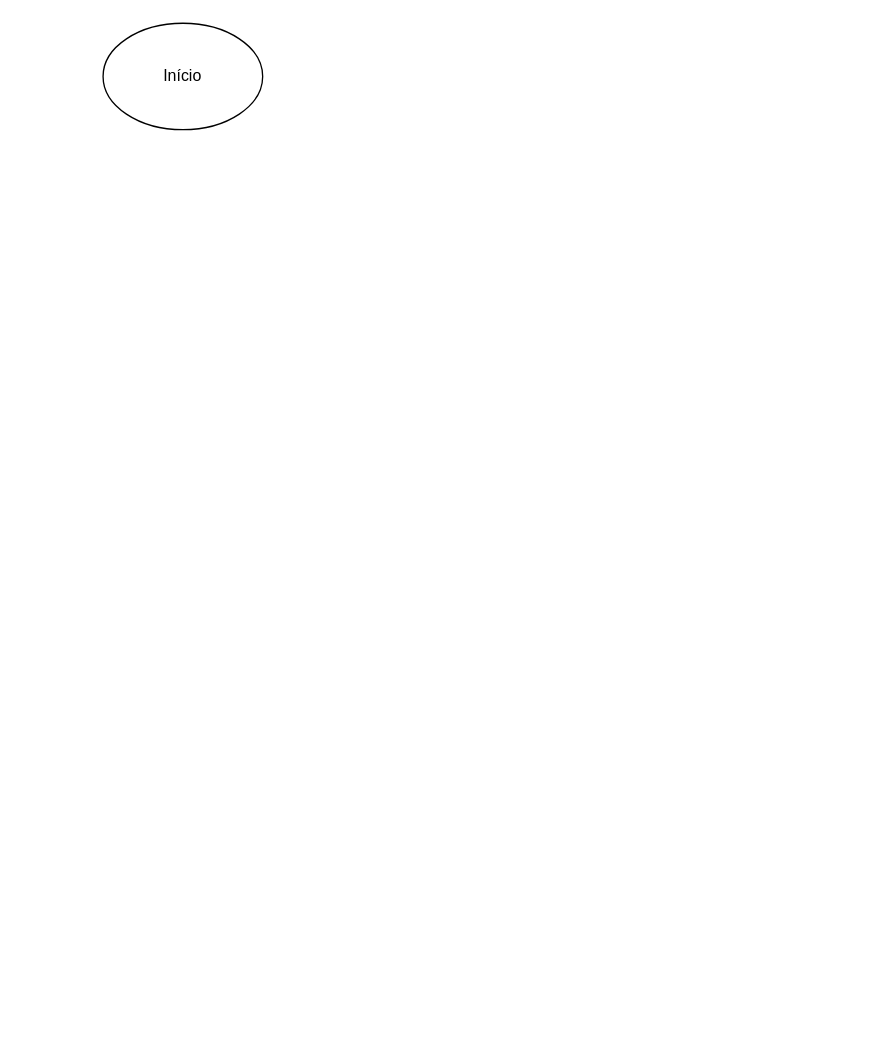
heitozera/PROJETO keeps this draw.io diagram as page "CRIAR SENHA" (4 of 4) of Diagrama sem nome.drawio. Above is the earlier version. Source tidied: cells renumbered, new cells numbered last; positions are measured from the earlier drawing's top-left corner, leaving out a move shared by most shapes. Both pictures are drawn from the tidied source at 133%, with x=0, y=0 at pixel (102, 23).
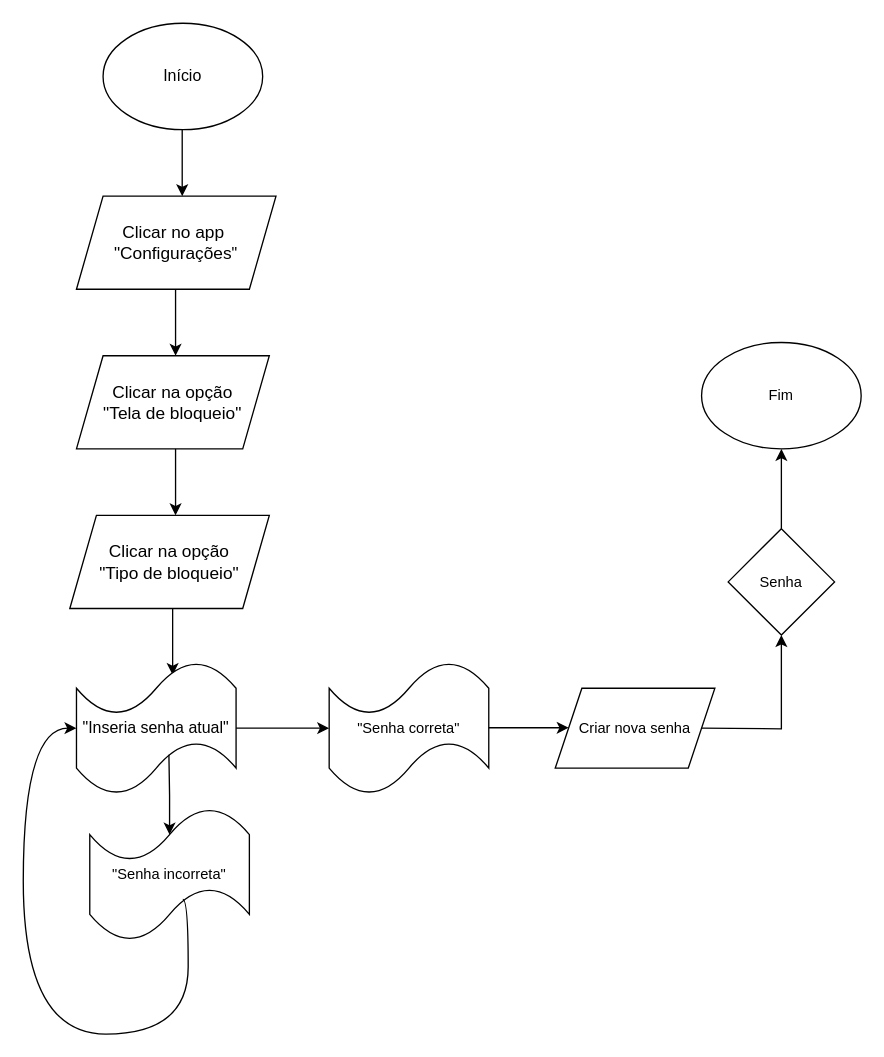
Above is the later version.

Change to the diagram source:
```diff
@@
+    <mxCell id="3" style="endArrow=classic;html=1;rounded=0;strokeColor=default;align=center;verticalAlign=middle;fontFamily=Helvetica;fontSize=11;fontColor=default;labelBackgroundColor=default;edgeStyle=orthogonalEdgeStyle;" parent="1" edge="1">
+      <mxGeometry relative="1" as="geometry">
+        <mxPoint x="59.5" y="80" as="sourcePoint" />
+        <mxPoint x="59.5" y="130" as="targetPoint" />
+      </mxGeometry>
+    </mxCell>
+    <mxCell id="4" value="&lt;font style=&quot;font-size: 13px;&quot;&gt;Clicar no app&amp;nbsp;&lt;/font&gt;&lt;div&gt;&lt;font style=&quot;&quot;&gt;&lt;font style=&quot;font-size: 13px;&quot;&gt;&quot;Configurações&lt;/font&gt;&lt;span style=&quot;font-size: 12px;&quot;&gt;&quot;&lt;/span&gt;&lt;/font&gt;&lt;/div&gt;" style="shape=parallelogram;perimeter=parallelogramPerimeter;whiteSpace=wrap;html=1;fixedSize=1;fontFamily=Helvetica;fontSize=11;fontColor=default;labelBackgroundColor=default;" parent="1" vertex="1">
+      <mxGeometry x="-20" y="130" width="150" height="70" as="geometry" />
+    </mxCell>
+    <mxCell id="5" style="endArrow=classic;html=1;rounded=0;strokeColor=default;align=center;verticalAlign=middle;fontFamily=Helvetica;fontSize=11;fontColor=default;labelBackgroundColor=default;edgeStyle=orthogonalEdgeStyle;" parent="1" edge="1">
+      <mxGeometry relative="1" as="geometry">
+        <mxPoint x="54.5" y="200" as="sourcePoint" />
+        <mxPoint x="54.5" y="250" as="targetPoint" />
+      </mxGeometry>
+    </mxCell>
+    <mxCell id="6" value="&lt;font style=&quot;font-size: 13px;&quot;&gt;Clicar na opção&lt;/font&gt;&lt;div&gt;&lt;font style=&quot;font-size: 13px;&quot;&gt;&quot;Tela de bloqueio&quot;&lt;/font&gt;&lt;/div&gt;" style="shape=parallelogram;perimeter=parallelogramPerimeter;whiteSpace=wrap;html=1;fixedSize=1;fontFamily=Helvetica;fontSize=11;fontColor=default;labelBackgroundColor=default;" parent="1" vertex="1">
+      <mxGeometry x="-20" y="250" width="145" height="70" as="geometry" />
+    </mxCell>
+    <mxCell id="7" style="endArrow=classic;html=1;rounded=0;strokeColor=default;align=center;verticalAlign=middle;fontFamily=Helvetica;fontSize=11;fontColor=default;labelBackgroundColor=default;edgeStyle=orthogonalEdgeStyle;" parent="1" edge="1">
+      <mxGeometry relative="1" as="geometry">
+        <mxPoint x="54.5" y="320" as="sourcePoint" />
+        <mxPoint x="54.5" y="370" as="targetPoint" />
+      </mxGeometry>
+    </mxCell>
+    <mxCell id="8" value="&lt;font style=&quot;font-size: 13px;&quot;&gt;Clicar na opção&lt;/font&gt;&lt;div&gt;&lt;font style=&quot;font-size: 13px;&quot;&gt;&quot;Tipo de bloqueio&quot;&lt;/font&gt;&lt;/div&gt;" style="shape=parallelogram;perimeter=parallelogramPerimeter;whiteSpace=wrap;html=1;fixedSize=1;fontFamily=Helvetica;fontSize=11;fontColor=default;labelBackgroundColor=default;" parent="1" vertex="1">
+      <mxGeometry x="-25" y="370" width="150" height="70" as="geometry" />
+    </mxCell>
+    <mxCell id="9" style="endArrow=classic;html=1;rounded=0;strokeColor=default;align=center;verticalAlign=middle;fontFamily=Helvetica;fontSize=11;fontColor=default;labelBackgroundColor=default;edgeStyle=orthogonalEdgeStyle;" parent="1" edge="1">
+      <mxGeometry relative="1" as="geometry">
+        <mxPoint x="52.3" y="440" as="sourcePoint" />
+        <mxPoint x="52.3" y="490" as="targetPoint" />
+      </mxGeometry>
+    </mxCell>
+    <mxCell id="10" value="&lt;font style=&quot;font-size: 12px;&quot;&gt;&quot;Inseria senha atual&quot;&lt;/font&gt;" style="shape=tape;whiteSpace=wrap;html=1;fontFamily=Helvetica;fontSize=11;fontColor=default;labelBackgroundColor=default;" parent="1" vertex="1">
+      <mxGeometry x="-20" y="480" width="120" height="100" as="geometry" />
+    </mxCell>
+    <mxCell id="11" style="endArrow=classic;html=1;rounded=0;strokeColor=default;align=center;verticalAlign=middle;fontFamily=Helvetica;fontSize=11;fontColor=default;labelBackgroundColor=default;edgeStyle=orthogonalEdgeStyle;exitX=1;exitY=0.5;exitDx=0;exitDy=0;exitPerimeter=0;" parent="1" edge="1" source="10">
+      <mxGeometry relative="1" as="geometry">
+        <mxPoint x="170" y="530" as="targetPoint" />
+        <Array as="points">
+          <mxPoint x="150" y="530" />
+          <mxPoint x="150" y="530" />
+        </Array>
+      </mxGeometry>
+    </mxCell>
+    <mxCell id="12" value="&quot;Senha correta&quot;" style="shape=tape;whiteSpace=wrap;html=1;fontFamily=Helvetica;fontSize=11;fontColor=default;labelBackgroundColor=default;" parent="1" vertex="1">
+      <mxGeometry x="170" y="480" width="120" height="100" as="geometry" />
+    </mxCell>
+    <mxCell id="13" style="endArrow=classic;html=1;rounded=0;strokeColor=default;align=center;verticalAlign=middle;fontFamily=Helvetica;fontSize=11;fontColor=default;labelBackgroundColor=default;edgeStyle=orthogonalEdgeStyle;" parent="1" edge="1">
+      <mxGeometry relative="1" as="geometry">
+        <mxPoint x="49.5" y="550" as="sourcePoint" />
+        <mxPoint x="50" y="610" as="targetPoint" />
+      </mxGeometry>
+    </mxCell>
+    <mxCell id="14" value="&quot;Senha incorreta&quot;" style="shape=tape;whiteSpace=wrap;html=1;fontFamily=Helvetica;fontSize=11;fontColor=default;labelBackgroundColor=default;" parent="1" vertex="1">
+      <mxGeometry x="-10" y="590" width="120" height="100" as="geometry" />
+    </mxCell>
+    <mxCell id="15" style="curved=1;endArrow=classic;html=1;rounded=0;strokeColor=default;align=center;verticalAlign=middle;fontFamily=Helvetica;fontSize=11;fontColor=default;labelBackgroundColor=default;edgeStyle=orthogonalEdgeStyle;exitX=0.583;exitY=0.688;exitDx=0;exitDy=0;exitPerimeter=0;" parent="1" edge="1" source="14">
+      <mxGeometry relative="1" as="geometry">
+        <mxPoint x="-20" y="530" as="targetPoint" />
+        <Array as="points">
+          <mxPoint x="64" y="659" />
+          <mxPoint x="64" y="760" />
+          <mxPoint x="-60" y="760" />
+          <mxPoint x="-60" y="530" />
+        </Array>
+      </mxGeometry>
+    </mxCell>
+    <mxCell id="16" style="endArrow=classic;html=1;rounded=0;strokeColor=default;align=center;verticalAlign=middle;fontFamily=Helvetica;fontSize=11;fontColor=default;labelBackgroundColor=default;edgeStyle=orthogonalEdgeStyle;exitX=1;exitY=0.5;exitDx=0;exitDy=0;exitPerimeter=0;" parent="1" edge="1" target="17">
+      <mxGeometry relative="1" as="geometry">
+        <mxPoint x="290" y="529.7" as="sourcePoint" />
+        <Array as="points">
+          <mxPoint x="340" y="529.7" />
+          <mxPoint x="340" y="529.7" />
+        </Array>
+      </mxGeometry>
+    </mxCell>
+    <mxCell id="17" value="Criar nova senha" style="shape=parallelogram;perimeter=parallelogramPerimeter;whiteSpace=wrap;html=1;fixedSize=1;fontFamily=Helvetica;fontSize=11;fontColor=default;labelBackgroundColor=default;" parent="1" vertex="1">
+      <mxGeometry x="340" y="500" width="120" height="60" as="geometry" />
+    </mxCell>
+    <mxCell id="18" style="endArrow=classic;html=1;rounded=0;strokeColor=default;align=center;verticalAlign=middle;fontFamily=Helvetica;fontSize=11;fontColor=default;labelBackgroundColor=default;edgeStyle=orthogonalEdgeStyle;" parent="1" edge="1" target="19">
+      <mxGeometry relative="1" as="geometry">
+        <mxPoint x="450" y="530" as="sourcePoint" />
+      </mxGeometry>
+    </mxCell>
+    <mxCell id="19" value="Senha" style="rhombus;whiteSpace=wrap;html=1;fontFamily=Helvetica;fontSize=11;fontColor=default;labelBackgroundColor=default;" parent="1" vertex="1">
+      <mxGeometry x="470" y="380" width="80" height="80" as="geometry" />
+    </mxCell>
+    <mxCell id="20" value="Fim" style="ellipse;whiteSpace=wrap;html=1;fontFamily=Helvetica;fontSize=11;fontColor=default;labelBackgroundColor=default;" parent="1" vertex="1">
+      <mxGeometry x="450" y="240" width="120" height="80" as="geometry" />
+    </mxCell>
+    <mxCell id="21" style="endArrow=classic;html=1;rounded=0;strokeColor=default;align=center;verticalAlign=middle;fontFamily=Helvetica;fontSize=11;fontColor=default;labelBackgroundColor=default;edgeStyle=orthogonalEdgeStyle;exitX=0.5;exitY=0;exitDx=0;exitDy=0;entryX=0.5;entryY=1;entryDx=0;entryDy=0;" parent="1" edge="1" source="19" target="20">
+      <mxGeometry relative="1" as="geometry" />
+    </mxCell>
```
